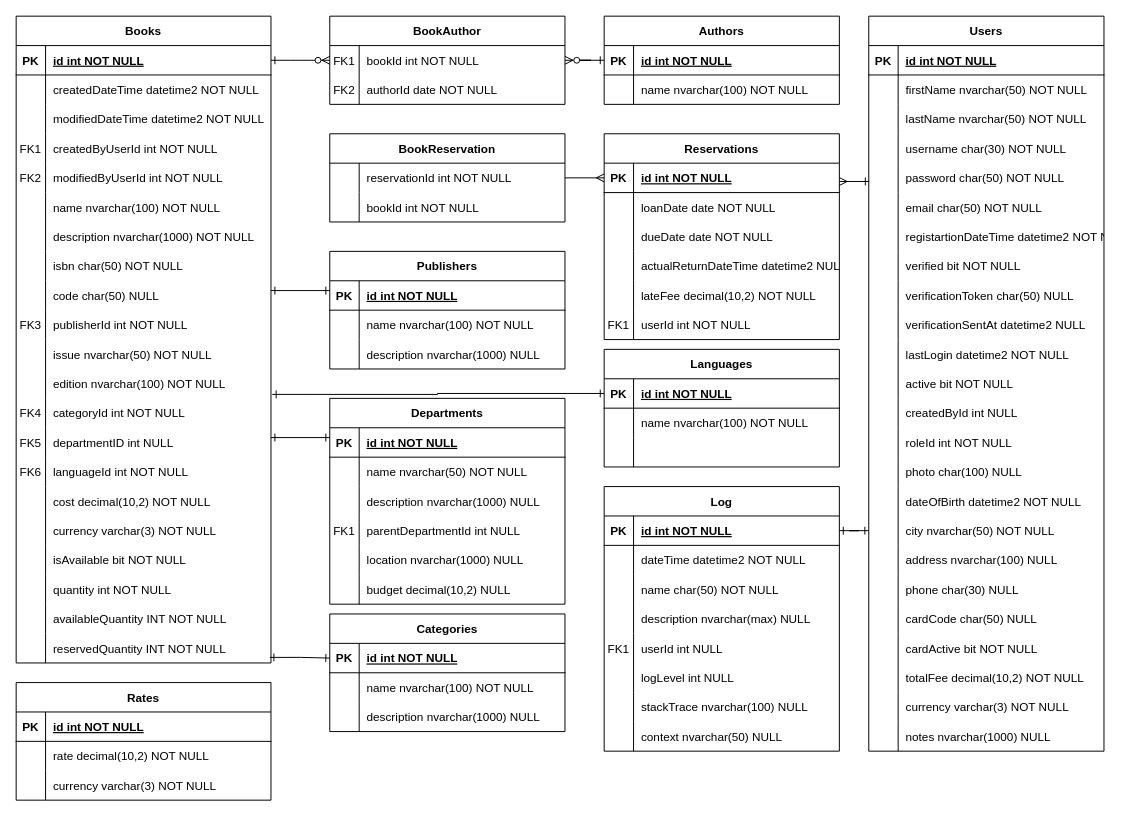
This is Untitled Diagram.drawio from skyhunter96/libApp, a draw.io file, before an edit. Source tidied: cells renumbered, new cells numbered last; positions are measured from the earlier drawing's top-left corner, leaving out a move shared by most shapes. Both pictures are drawn from the tidied source at 98%, with x=0, y=0 at pixel (16, 16).
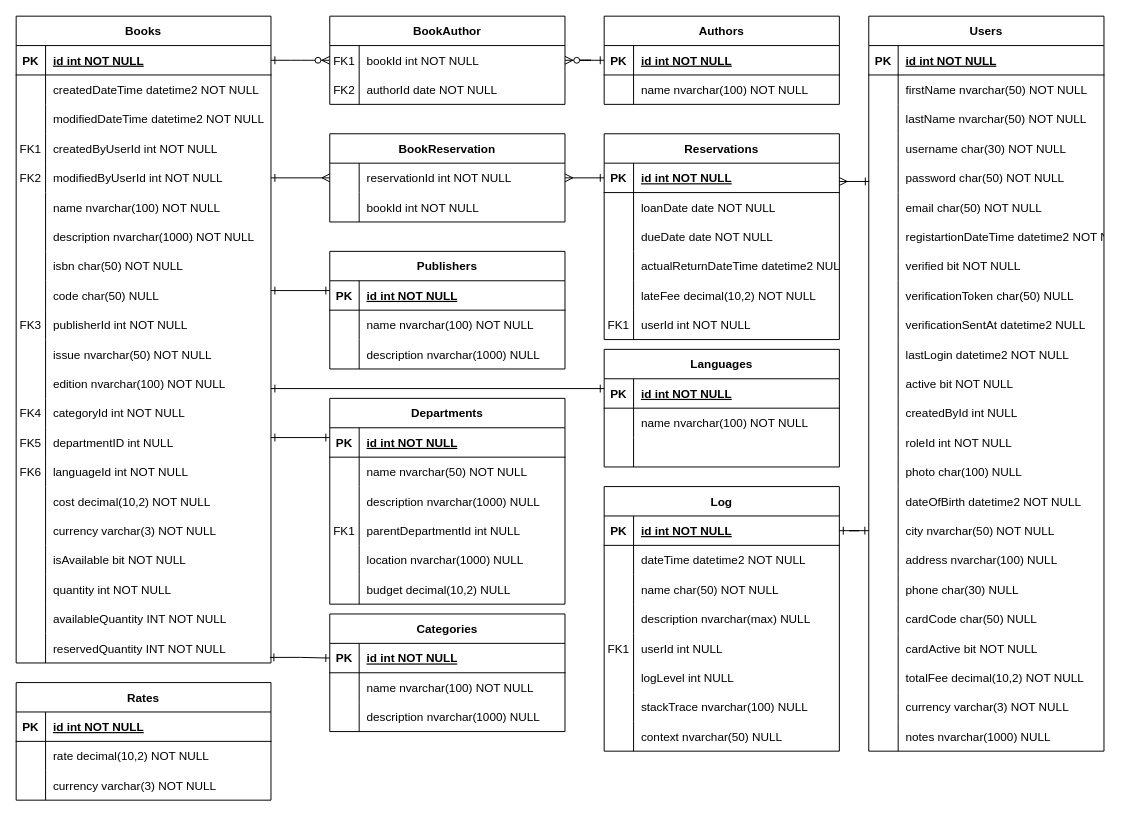
After the change.

The change refers to these unchanged cells:
```xml
<mxCell id="30" style="shape=partialRectangle;fillColor=none;points=[[0,0.5],[1,0.5]];portConstraint=eastwest;top=0;left=0;right=0;bottom=0;" parent="17" vertex="1">
  <mxGeometry y="150" width="260" height="30" as="geometry" />
</mxCell>
<mxCell id="54" style="shape=partialRectangle;fillColor=none;points=[[0,0.5],[1,0.5]];portConstraint=eastwest;top=0;left=0;right=0;bottom=0;" parent="17" vertex="1">
  <mxGeometry y="390" width="260" height="30" as="geometry" />
</mxCell>
<mxCell id="139" style="shape=partialRectangle;fillColor=none;points=[[0,0.5],[1,0.5]];portConstraint=eastwest;top=0;left=0;right=0;bottom=1;" parent="138" vertex="1">
  <mxGeometry y="30" width="240" height="30" as="geometry" />
</mxCell>
<mxCell id="244" style="shape=partialRectangle;fillColor=none;points=[[0,0.5],[1,0.5]];portConstraint=eastwest;top=0;left=0;right=0;bottom=1;" parent="243" vertex="1">
  <mxGeometry y="30" width="240" height="30" as="geometry" />
</mxCell>
<mxCell id="265" style="shape=partialRectangle;fillColor=none;points=[[0,0.5],[1,0.5]];portConstraint=eastwest;top=0;left=0;right=0;bottom=0;" parent="264" vertex="1">
  <mxGeometry y="30" width="240" height="30" as="geometry" />
</mxCell>
```

Change to the diagram source:
```diff
@@
-    <mxCell id="148" style="edgeStyle=orthogonalEdgeStyle;rounded=0;jettySize=auto;html=1;entryX=0;entryY=0.5;entryDx=0;entryDy=0;endArrow=ERone;endFill=0;startArrow=ERone;startFill=0;exitX=1.005;exitY=-0.135;exitDx=0;exitDy=0;exitPerimeter=0;" parent="1" edge="1" source="54" target="139">
-      <mxGeometry relative="1" as="geometry" />
+    <mxCell id="148" style="edgeStyle=orthogonalEdgeStyle;rounded=0;orthogonalLoop=1;jettySize=auto;html=1;endArrow=ERone;endFill=0;startArrow=ERone;startFill=0;" parent="1" edge="1">
+      <mxGeometry relative="1" as="geometry">
+        <mxPoint x="260" y="380" as="sourcePoint" />
+        <mxPoint x="600" y="380" as="targetPoint" />
+        <Array as="points">
+          <mxPoint x="600" y="380" />
+        </Array>
+      </mxGeometry>
     </mxCell>
@@
-    <mxCell id="271" style="edgeStyle=orthogonalEdgeStyle;rounded=0;jettySize=auto;html=1;entryX=0;entryY=0.5;entryDx=0;entryDy=0;endArrow=ERmany;endFill=0;" parent="1" edge="1" source="265" target="244">
+    <mxCell id="271" style="edgeStyle=orthogonalEdgeStyle;rounded=0;jettySize=auto;html=1;entryX=0;entryY=0.5;entryDx=0;entryDy=0;endArrow=ERone;endFill=0;startArrow=ERmany;startFill=0;" parent="1" edge="1" source="265" target="244">
       <mxGeometry relative="1" as="geometry" />
     </mxCell>
+    <mxCell id="272" style="edgeStyle=orthogonalEdgeStyle;rounded=0;jettySize=auto;html=1;entryX=1;entryY=0.5;entryDx=0;entryDy=0;endArrow=ERone;endFill=0;startArrow=ERmany;startFill=0;" parent="1" edge="1" source="265" target="30">
+      <mxGeometry relative="1" as="geometry" />
+    </mxCell>
```
